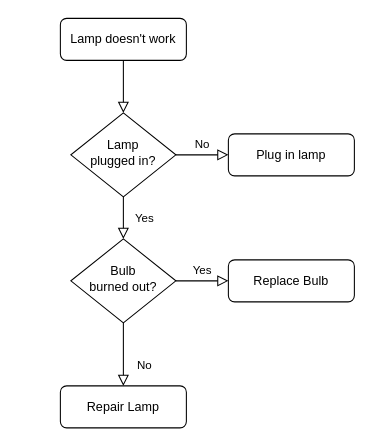
itsthejdp/dawn-code-play keeps this draw.io diagram as Byteex Tech Task.drawio. Above is the earlier version. Source tidied: cells renumbered, new cells numbered last; positions are measured from the earlier drawing's top-left corner, leaving out a move shared by most shapes. Both pictures are drawn from the tidied source at 105%, with x=0, y=0 at pixel (60, 18).
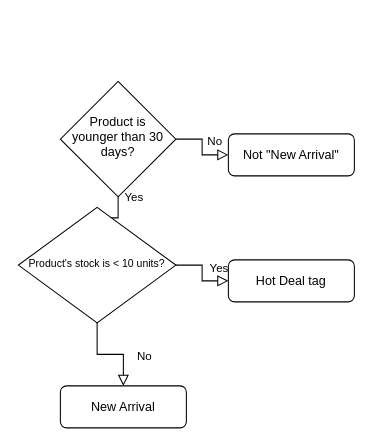
Above is the later version.

The edit, as a diff of the source:
```diff
@@
 <mxGraphModel>
   <root>
     <mxCell id="0" />
     <mxCell id="1" parent="0" />
-    <mxCell id="2" style="rounded=0;html=1;jettySize=auto;fontSize=11;endArrow=block;endFill=0;endSize=8;strokeWidth=1;shadow=0;labelBackgroundColor=none;edgeStyle=orthogonalEdgeStyle;" parent="1" edge="1" source="3" target="6">
-      <mxGeometry relative="1" as="geometry" />
-    </mxCell>
-    <mxCell id="3" value="Lamp doesn't work" style="rounded=1;whiteSpace=wrap;html=1;fontSize=12;glass=0;strokeWidth=1;shadow=0;" parent="1" vertex="1">
-      <mxGeometry width="120" height="40" as="geometry" />
-    </mxCell>
     <mxCell id="4" value="Yes" style="rounded=0;html=1;jettySize=auto;fontSize=11;endArrow=block;endFill=0;endSize=8;strokeWidth=1;shadow=0;labelBackgroundColor=none;edgeStyle=orthogonalEdgeStyle;" parent="1" edge="1" source="6" target="10">
-      <mxGeometry y="20" relative="1" as="geometry" />
+      <mxGeometry x="-1" y="15" relative="1" as="geometry" />
     </mxCell>
     <mxCell id="5" value="No" style="edgeStyle=orthogonalEdgeStyle;rounded=0;html=1;jettySize=auto;fontSize=11;endArrow=block;endFill=0;endSize=8;strokeWidth=1;shadow=0;labelBackgroundColor=none;" parent="1" edge="1" source="6" target="7">
-      <mxGeometry y="10" relative="1" as="geometry" />
+      <mxGeometry x="-0.23" y="7" relative="1" as="geometry">
+        <mxPoint x="5" y="2" as="offset" />
+      </mxGeometry>
     </mxCell>
-    <mxCell id="6" value="Lamp&lt;br&gt;plugged in?" style="rhombus;whiteSpace=wrap;html=1;shadow=0;fontFamily=Helvetica;fontSize=12;align=center;strokeWidth=1;spacing=6;spacingTop=-4;" parent="1" vertex="1">
-      <mxGeometry x="10" y="90" width="100" height="80" as="geometry" />
+    <mxCell id="6" value="Product is younger than 30 days?" style="rhombus;whiteSpace=wrap;html=1;shadow=0;fontFamily=Helvetica;fontSize=12;align=center;strokeWidth=1;spacing=6;spacingTop=-4;" parent="1" vertex="1">
+      <mxGeometry y="60" width="110" height="110" as="geometry" />
     </mxCell>
-    <mxCell id="7" value="Plug in lamp" style="rounded=1;whiteSpace=wrap;html=1;fontSize=12;glass=0;strokeWidth=1;shadow=0;" parent="1" vertex="1">
+    <mxCell id="7" value="Not &quot;New Arrival&quot;" style="rounded=1;whiteSpace=wrap;html=1;fontSize=12;glass=0;strokeWidth=1;shadow=0;" parent="1" vertex="1">
       <mxGeometry x="160" y="110" width="120" height="40" as="geometry" />
     </mxCell>
     <mxCell id="8" value="No" style="rounded=0;html=1;jettySize=auto;fontSize=11;endArrow=block;endFill=0;endSize=8;strokeWidth=1;shadow=0;labelBackgroundColor=none;edgeStyle=orthogonalEdgeStyle;" parent="1" edge="1" source="10" target="11">
       <mxGeometry x="0.33" y="20" relative="1" as="geometry" />
     </mxCell>
     <mxCell id="9" value="Yes" style="edgeStyle=orthogonalEdgeStyle;rounded=0;html=1;jettySize=auto;fontSize=11;endArrow=block;endFill=0;endSize=8;strokeWidth=1;shadow=0;labelBackgroundColor=none;" parent="1" edge="1" source="10" target="12">
-      <mxGeometry y="10" relative="1" as="geometry" />
+      <mxGeometry x="-0.17" y="11" relative="1" as="geometry">
+        <mxPoint x="5" y="1" as="offset" />
+      </mxGeometry>
     </mxCell>
-    <mxCell id="10" value="Bulb&lt;br&gt;burned out?" style="rhombus;whiteSpace=wrap;html=1;shadow=0;fontFamily=Helvetica;fontSize=12;align=center;strokeWidth=1;spacing=6;spacingTop=-4;" parent="1" vertex="1">
-      <mxGeometry x="10" y="210" width="100" height="80" as="geometry" />
+    <mxCell id="10" value="&lt;font style=&quot;font-size: 10px;&quot;&gt;Product's stock is &amp;lt; 10 units?&lt;/font&gt;" style="rhombus;whiteSpace=wrap;html=1;shadow=0;fontFamily=Helvetica;fontSize=12;align=center;strokeWidth=1;spacing=6;spacingTop=-4;" parent="1" vertex="1">
+      <mxGeometry x="-40" y="180" width="150" height="110" as="geometry" />
     </mxCell>
-    <mxCell id="11" value="Repair Lamp" style="rounded=1;whiteSpace=wrap;html=1;fontSize=12;glass=0;strokeWidth=1;shadow=0;" parent="1" vertex="1">
+    <mxCell id="11" value="New Arrival" style="rounded=1;whiteSpace=wrap;html=1;fontSize=12;glass=0;strokeWidth=1;shadow=0;" parent="1" vertex="1">
       <mxGeometry y="350" width="120" height="40" as="geometry" />
     </mxCell>
-    <mxCell id="12" value="Replace Bulb" style="rounded=1;whiteSpace=wrap;html=1;fontSize=12;glass=0;strokeWidth=1;shadow=0;" parent="1" vertex="1">
+    <mxCell id="12" value="Hot Deal tag" style="rounded=1;whiteSpace=wrap;html=1;fontSize=12;glass=0;strokeWidth=1;shadow=0;" parent="1" vertex="1">
       <mxGeometry x="160" y="230" width="120" height="40" as="geometry" />
     </mxCell>
   </root>
 </mxGraphModel>
```
